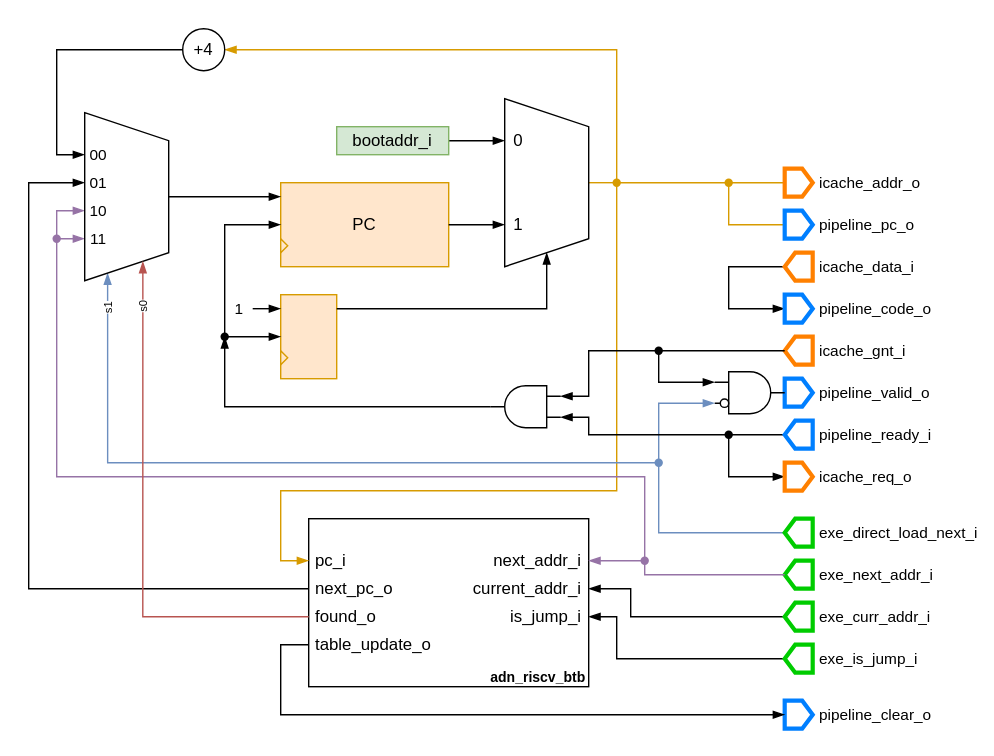
adnsemicon/adn_riscv keeps this draw.io diagram as document/adn_riscv_instr_fetch.svg. Above is the earlier version. Source tidied: cells renumbered, new cells last; positions are measured from the earlier drawing's top-left corner, leaving out a move shared by most shapes.
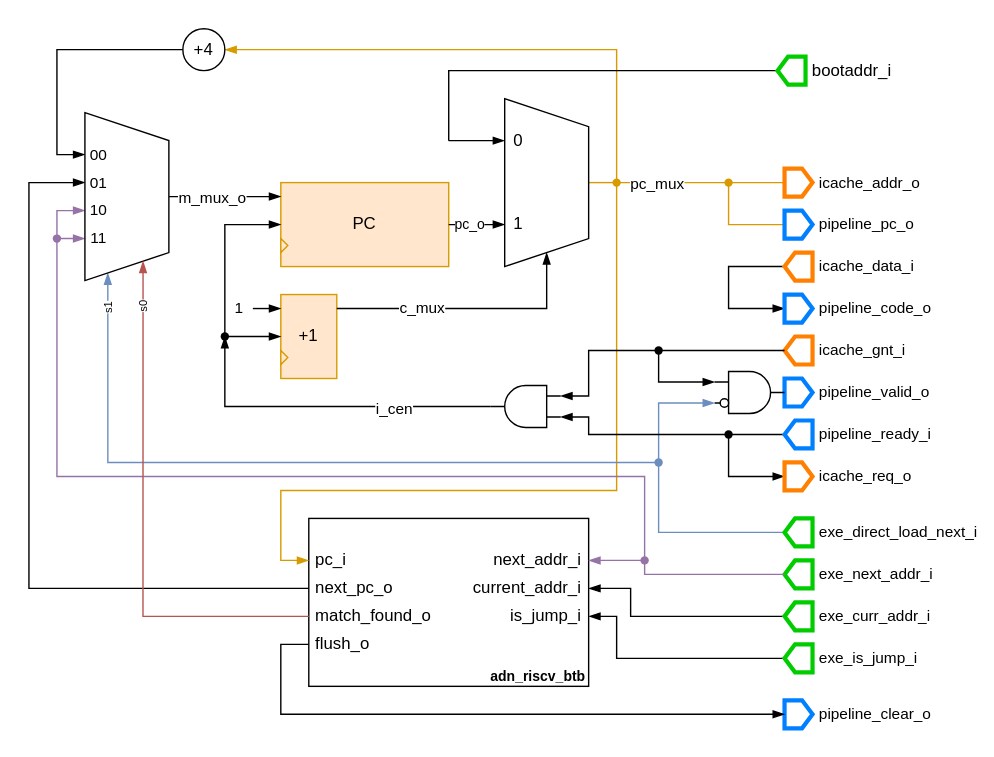
After the change.

Commit message:
updated diagram with internal signal naming

What changed in the source:
```diff
@@ -32,13 +32,13 @@
     <mxCell id="11" value="&lt;div&gt;&lt;span style=&quot;background-color: initial;&quot;&gt;pc_i&lt;/span&gt;&lt;/div&gt;" style="rounded=0;whiteSpace=wrap;html=1;strokeColor=none;fillColor=none;spacing=5;align=left;" parent="6" vertex="1">
       <mxGeometry y="20" width="20" height="20" as="geometry" />
     </mxCell>
-    <mxCell id="12" value="&lt;div&gt;&lt;span style=&quot;background-color: initial;&quot;&gt;found_o&lt;/span&gt;&lt;/div&gt;" style="rounded=0;whiteSpace=wrap;html=1;strokeColor=none;fillColor=none;spacing=5;align=left;" parent="6" vertex="1">
+    <mxCell id="12" value="&lt;div&gt;&lt;span style=&quot;background-color: initial;&quot;&gt;match_found_o&lt;/span&gt;&lt;/div&gt;" style="rounded=0;whiteSpace=wrap;html=1;strokeColor=none;fillColor=none;spacing=5;align=left;" parent="6" vertex="1">
       <mxGeometry y="60" width="20" height="20" as="geometry" />
     </mxCell>
     <mxCell id="13" value="&lt;div&gt;&lt;span style=&quot;background-color: initial;&quot;&gt;next_pc_o&lt;/span&gt;&lt;/div&gt;" style="rounded=0;whiteSpace=wrap;html=1;strokeColor=none;fillColor=none;spacing=5;align=left;" parent="6" vertex="1">
       <mxGeometry y="40" width="20" height="20" as="geometry" />
     </mxCell>
-    <mxCell id="14" value="table_update_o" style="rounded=0;whiteSpace=wrap;html=1;strokeColor=none;fillColor=none;spacing=5;align=left;" parent="6" vertex="1">
+    <mxCell id="14" value="flush_o" style="rounded=0;whiteSpace=wrap;html=1;strokeColor=none;fillColor=none;spacing=5;align=left;" parent="6" vertex="1">
       <mxGeometry y="80" width="20" height="20" as="geometry" />
     </mxCell>
     <mxCell id="15" style="rounded=0;jettySize=auto;html=1;endArrow=none;endFill=0;fillColor=#ffe6cc;strokeColor=#d79b00;" parent="1" edge="1" source="16" target="35">
@@ -50,16 +50,18 @@
     <mxCell id="17" style="rounded=0;jettySize=auto;html=1;entryX=0.75;entryY=1;entryDx=0;entryDy=0;endArrow=blockThin;endFill=1;" parent="1" edge="1" source="4" target="16">
       <mxGeometry relative="1" as="geometry" />
     </mxCell>
+    <mxCell id="85" value="&amp;nbsp;pc_o&amp;nbsp;" style="edgeLabel;html=1;align=center;verticalAlign=middle;inheritText=fontFamily,fontColor,fontStyle,textOpacity,labelBorderColor,labelBorderWidth,labelBackgroundColor,defaultLabelBackgroundColor,labelPadding;fontSize=10;" parent="17" vertex="1">
+      <mxGeometry x="-0.41" relative="1" as="geometry">
+        <mxPoint x="3" y="-1" as="offset" />
+      </mxGeometry>
+    </mxCell>
     <mxCell id="18" style="rounded=0;orthogonalLoop=1;jettySize=auto;html=1;entryX=0.75;entryY=1;entryDx=0;entryDy=0;endArrow=blockThin;endFill=1;" parent="1" edge="1">
       <mxGeometry relative="1" as="geometry">
         <mxPoint x="320" y="100" as="sourcePoint" />
         <mxPoint x="360" y="100" as="targetPoint" />
       </mxGeometry>
     </mxCell>
-    <mxCell id="19" value="bootaddr_i" style="rounded=0;whiteSpace=wrap;html=1;fillColor=#d5e8d4;strokeColor=#82b366;" parent="1" vertex="1">
-      <mxGeometry x="240" y="90" width="80" height="20" as="geometry" />
-    </mxCell>
-    <mxCell id="20" style="rounded=0;whiteSpace=wrap;html=1;fillColor=#ffe6cc;strokeColor=#d79b00;" parent="1" vertex="1">
+    <mxCell id="20" value="+1" style="rounded=0;whiteSpace=wrap;html=1;fillColor=#ffe6cc;strokeColor=#d79b00;" parent="1" vertex="1">
       <mxGeometry x="200" y="210" width="40" height="60" as="geometry" />
     </mxCell>
     <mxCell id="21" style="triangle;whiteSpace=wrap;html=1;fillColor=#ffe6cc;strokeColor=#d79b00;" parent="1" vertex="1">
@@ -100,12 +102,20 @@
         <mxPoint x="-10" y="-10" as="offset" />
       </mxGeometry>
     </mxCell>
+    <mxCell id="86" value="&amp;nbsp;c_mux&amp;nbsp;" style="edgeLabel;html=1;align=center;verticalAlign=middle;inheritText=1;" parent="28" vertex="1">
+      <mxGeometry x="-0.36" y="1" relative="1" as="geometry" />
+    </mxCell>
     <mxCell id="29" style="rounded=0;orthogonalLoop=1;jettySize=auto;html=1;exitX=0.5;exitY=0;exitDx=0;exitDy=0;endArrow=blockThin;endFill=1;" parent="1" edge="1">
       <mxGeometry relative="1" as="geometry">
         <mxPoint x="120" y="140" as="sourcePoint" />
         <mxPoint x="200" y="140" as="targetPoint" />
       </mxGeometry>
     </mxCell>
+    <mxCell id="87" value="&amp;nbsp;m_mux_o&amp;nbsp;" style="edgeLabel;html=1;align=center;verticalAlign=middle;inheritText=1;" parent="29" vertex="1">
+      <mxGeometry x="-0.44" relative="1" as="geometry">
+        <mxPoint x="8" as="offset" />
+      </mxGeometry>
+    </mxCell>
     <mxCell id="30" style="edgeStyle=orthogonalEdgeStyle;rounded=0;jettySize=auto;html=1;exitDx=0;exitDy=0;endArrow=blockThin;endFill=1;fillColor=#ffe6cc;strokeColor=#d79b00;" parent="1" edge="1" source="35" target="32">
       <mxGeometry relative="1" as="geometry">
         <Array as="points">
@@ -165,6 +175,9 @@
     <mxCell id="38" style="edgeStyle=none;shape=connector;rounded=0;jettySize=auto;html=1;strokeColor=#d79b00;align=center;verticalAlign=middle;fontFamily=Helvetica;fontSize=11;fontColor=default;labelBackgroundColor=default;endArrow=none;endFill=0;fillColor=#ffe6cc;" parent="1" edge="1" source="35" target="40">
       <mxGeometry relative="1" as="geometry" />
     </mxCell>
+    <mxCell id="88" value="&amp;nbsp;pc_mux&amp;nbsp;" style="edgeLabel;html=1;align=center;verticalAlign=middle;inheritText=1;" parent="38" vertex="1">
+      <mxGeometry x="-0.26" relative="1" as="geometry" />
+    </mxCell>
     <mxCell id="39" style="edgeStyle=none;shape=connector;rounded=0;jettySize=auto;html=1;entryX=0.5;entryY=0;entryDx=0;entryDy=0;strokeColor=#d79b00;align=center;verticalAlign=middle;fontFamily=Helvetica;fontSize=11;fontColor=default;labelBackgroundColor=default;endArrow=none;endFill=0;fillColor=#ffe6cc;" parent="1" edge="1" source="40">
       <mxGeometry relative="1" as="geometry">
         <mxPoint x="560" y="160" as="targetPoint" />
@@ -348,6 +361,9 @@
     <mxCell id="80" style="edgeStyle=orthogonalEdgeStyle;shape=connector;rounded=0;jettySize=auto;html=1;entryX=0.614;entryY=0.611;entryDx=0;entryDy=0;entryPerimeter=0;strokeColor=default;align=center;verticalAlign=middle;fontFamily=Helvetica;fontSize=11;fontColor=default;labelBackgroundColor=default;endArrow=blockThin;endFill=1;" parent="1" edge="1" source="79" target="26">
       <mxGeometry relative="1" as="geometry" />
     </mxCell>
+    <mxCell id="89" value="&amp;nbsp;i_cen&amp;nbsp;" style="edgeLabel;html=1;align=center;verticalAlign=middle;inheritText=1;" parent="80" vertex="1">
+      <mxGeometry x="-0.41" y="1" relative="1" as="geometry" />
+    </mxCell>
     <mxCell id="81" style="shape=waypoint;sketch=0;size=6;points=[];fillColor=none;perimeter=centerPerimeter;snapToPoint=1;fontFamily=Helvetica;fontSize=11;fontColor=default;labelBackgroundColor=default;" parent="1" vertex="1">
       <mxGeometry x="510" y="300" width="20" height="20" as="geometry" />
     </mxCell>
@@ -370,5 +386,16 @@
         </Array>
       </mxGeometry>
     </mxCell>
+    <mxCell id="90" style="edgeStyle=none;html=1;endArrow=none;endFill=0;rounded=0;curved=0;" parent="1" edge="1" source="19">
+      <mxGeometry relative="1" as="geometry">
+        <mxPoint x="320" y="100" as="targetPoint" />
+        <Array as="points">
+          <mxPoint x="320" y="50" />
+        </Array>
+      </mxGeometry>
+    </mxCell>
+    <mxCell id="19" value="&lt;span style=&quot;color: rgb(0, 0, 0); font-size: 12px; text-align: center;&quot;&gt;bootaddr_i&lt;/span&gt;" style="shape=offPageConnector;whiteSpace=wrap;html=1;fontFamily=Helvetica;fontSize=11;labelBackgroundColor=none;direction=south;fillColor=default;strokeColor=#00CC00;spacing=0;align=left;spacingLeft=25;strokeWidth=3;" parent="1" vertex="1">
+      <mxGeometry x="555" y="40" width="20" height="20" as="geometry" />
+    </mxCell>
   </root>
 </mxGraphModel>
```
